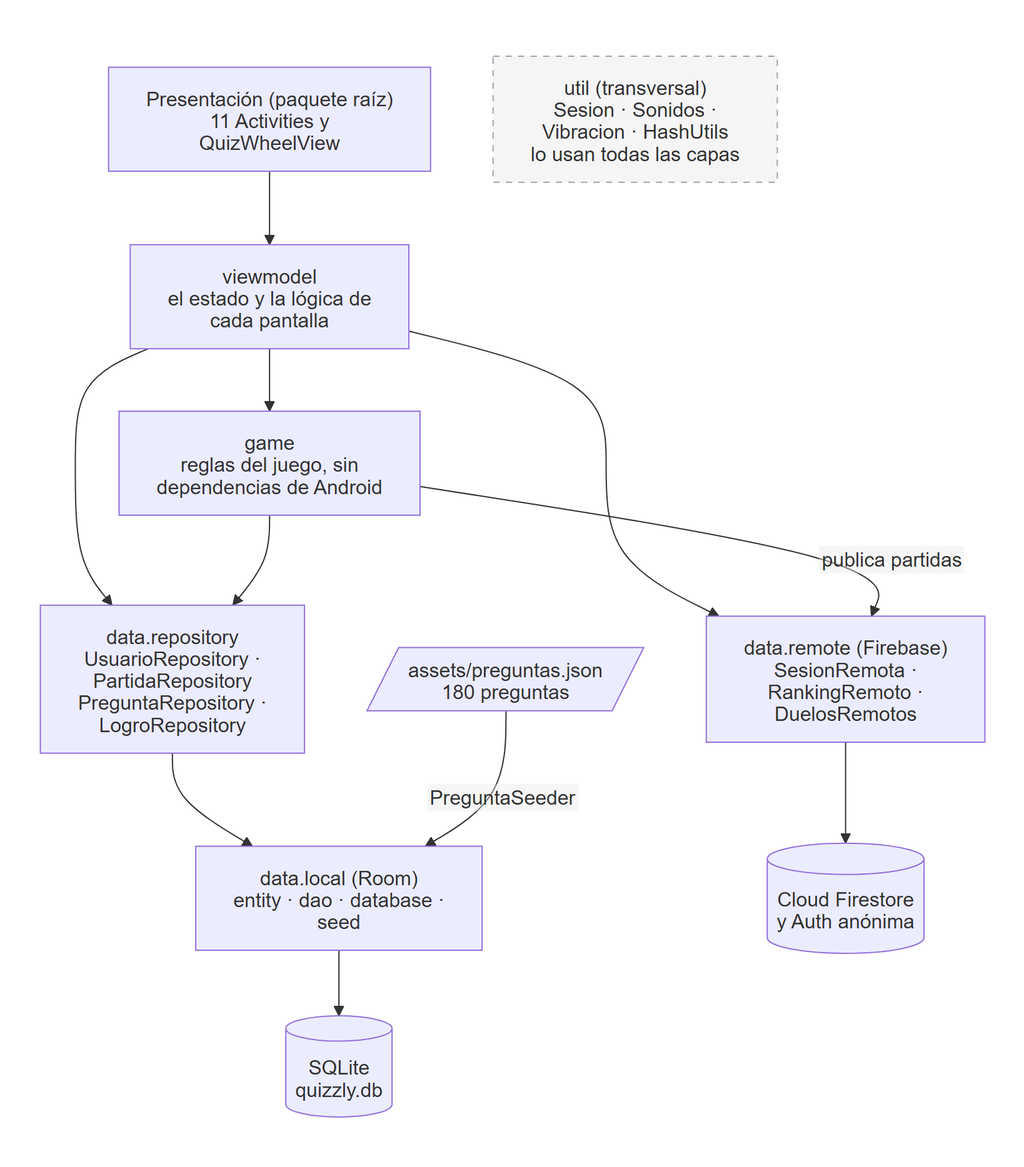
The Mermaid diagram docs/diagramas/00-arquitectura.png in sobas2785/Quizzly, before a commit. Its source is kept beside it as docs/diagramas/00-arquitectura.mmd.
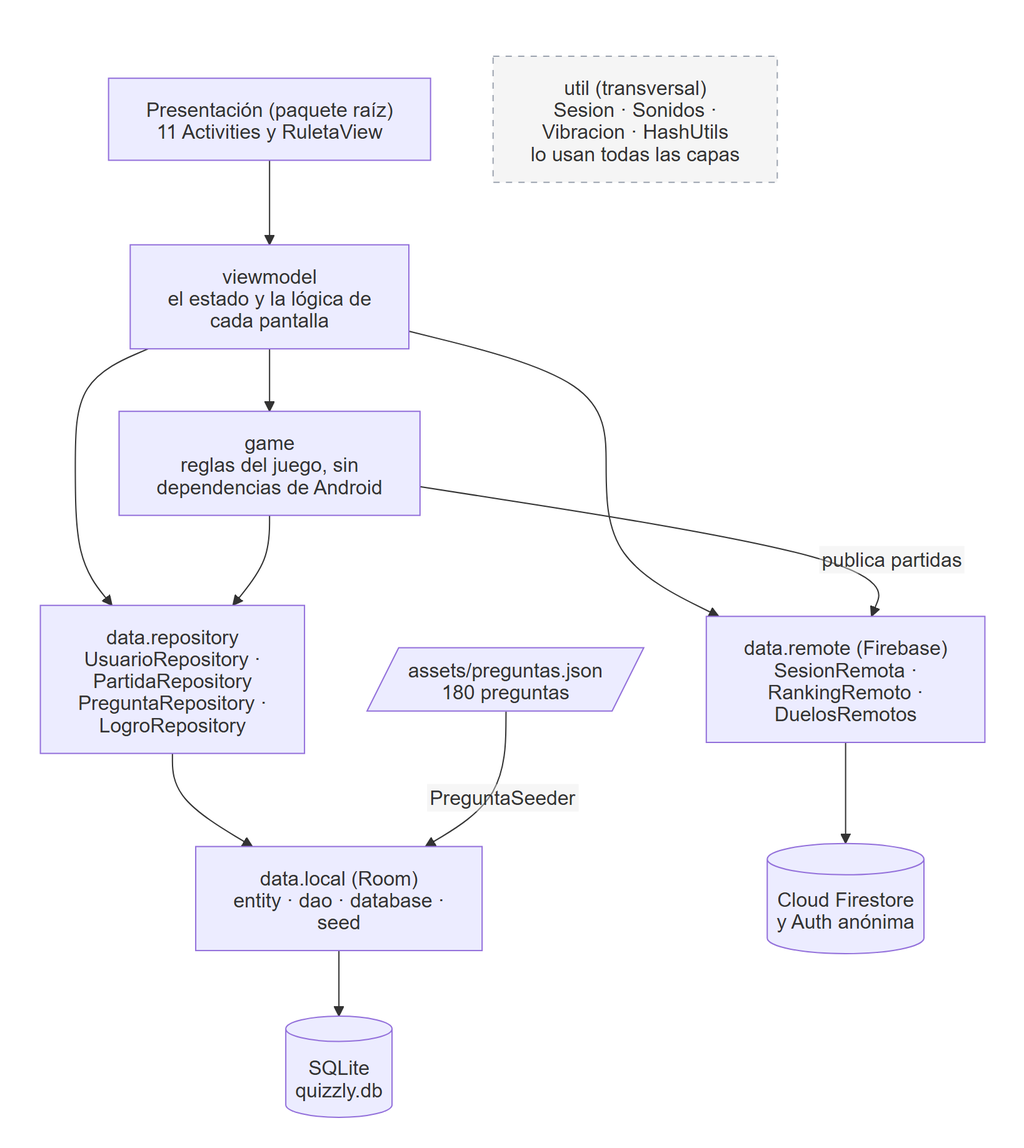
After the change.

Change to the diagram source:
```diff
@@ -1,5 +1,5 @@
 flowchart TB
-    UI["Presentación (paquete raíz)<br/>11 Activities y QuizWheelView"]
+    UI["Presentación (paquete raíz)<br/>11 Activities y RuletaView"]
     VM["viewmodel<br/>el estado y la lógica de cada pantalla"]
     GAME["game<br/>reglas del juego, sin dependencias de Android"]
     REMOTE["data.remote (Firebase)<br/>SesionRemota · RankingRemoto · DuelosRemotos"]
```
